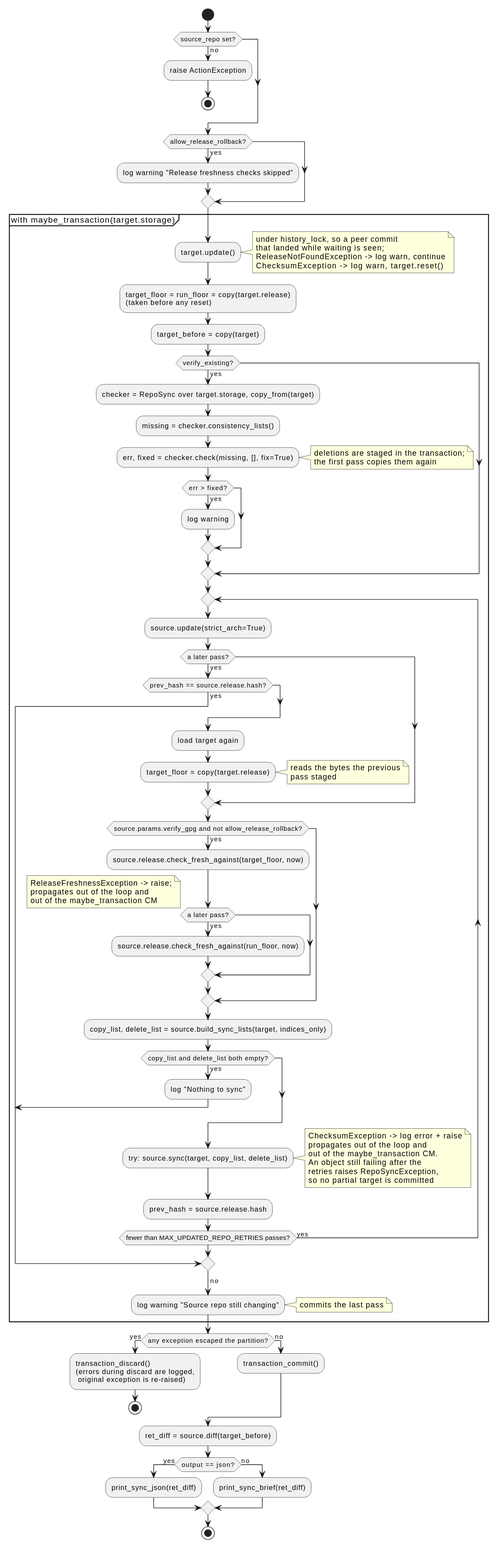
This is docs/development/diagrams/action-sync-activity.svg from vinklat/debkit, a PlantUML export, as it was before one commit. Its source is kept beside it as docs/development/diagrams/action-sync-activity.puml.
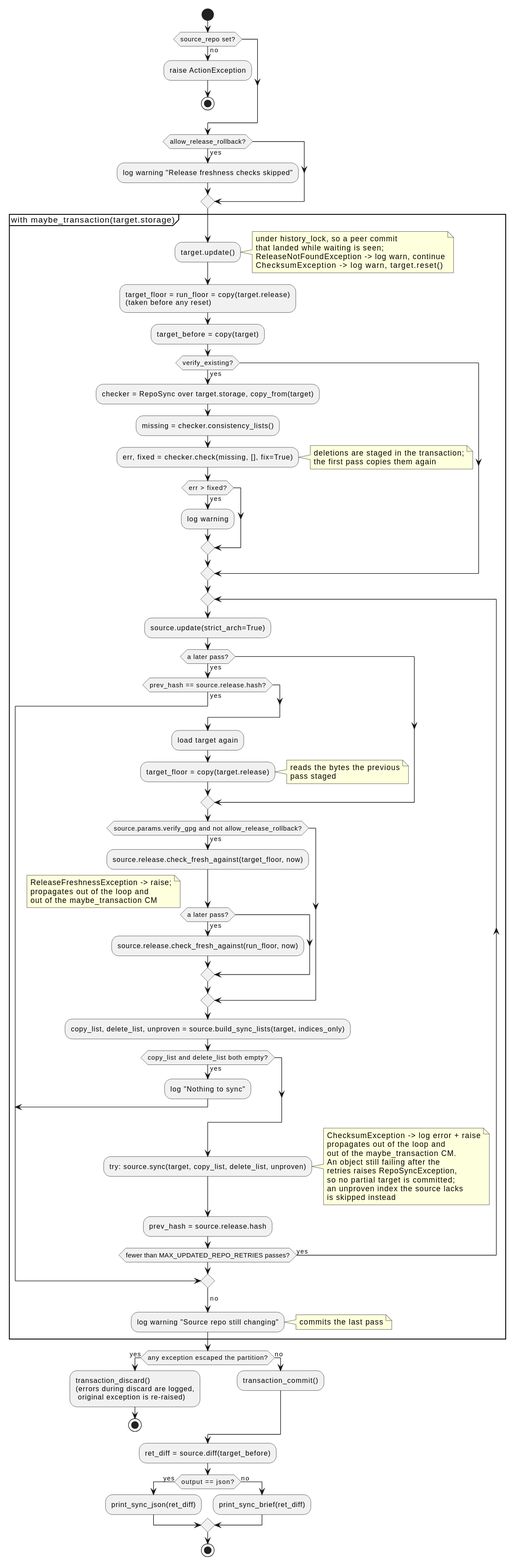
The same file after the commit.

Change to the diagram source:
```diff
@@ -53,19 +53,21 @@
         out of the maybe_transaction CM
       end note
     endif
-    :copy_list, delete_list = source.build_sync_lists(target, indices_only);
+    :copy_list, delete_list, unproven = source.build_sync_lists(target, indices_only);
     if (copy_list and delete_list both empty?) then (yes)
       :log "Nothing to sync";
       break
     endif
-    :try: source.sync(target, copy_list, delete_list);
+    :try: source.sync(target, copy_list, delete_list, unproven);
     note right
       ChecksumException -> log error + raise
       propagates out of the loop and
       out of the maybe_transaction CM.
       An object still failing after the
       retries raises RepoSyncException,
-      so no partial target is committed
+      so no partial target is committed;
+      an unproven index the source lacks
+      is skipped instead
     end note
     :prev_hash = source.release.hash;
   repeat while (fewer than MAX_UPDATED_REPO_RETRIES passes?) is (yes)
```
